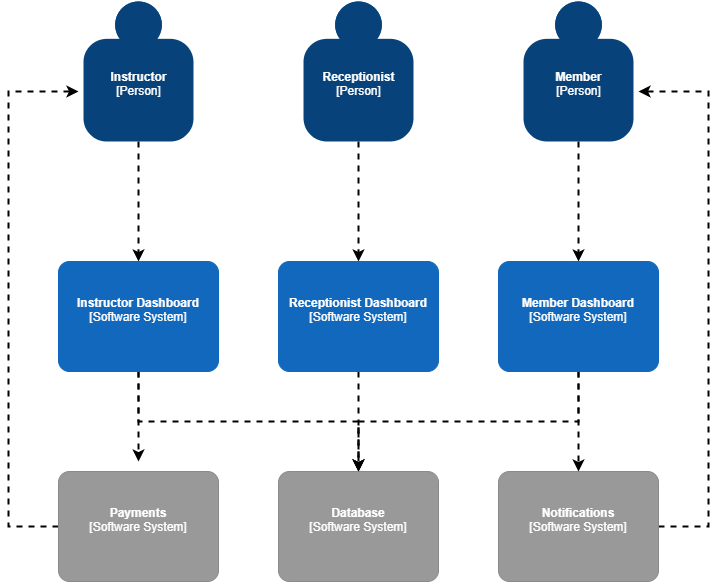
Above: doc/context-diagram.png in nico-guba/deloitte-advantage (draw.io), before the change. Source tidied: cells renumbered, new cells last; positions are measured from the earlier drawing's top-left corner, leaving out a move shared by most shapes.
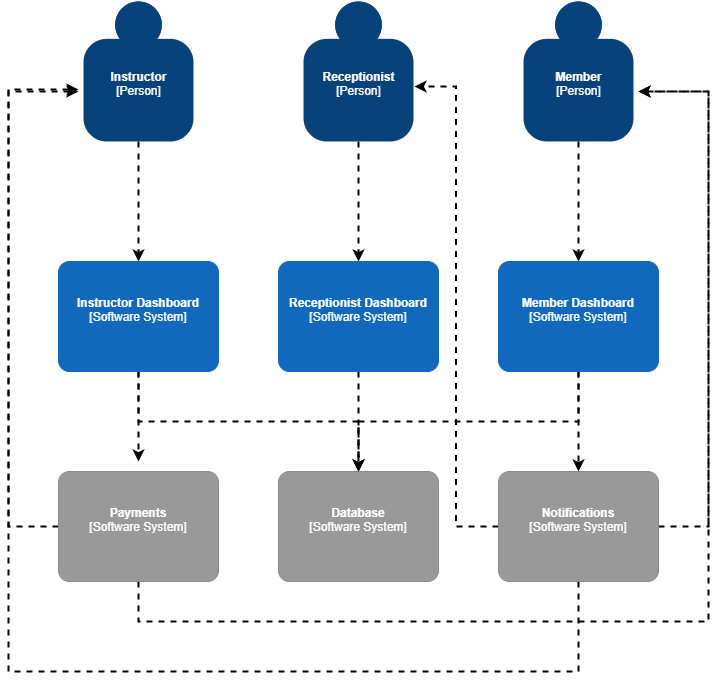
Later version of the same file.

Commit message:
added some missing interactions

What changed in the source:
```diff
@@ -33,6 +33,16 @@
         </Array>
       </mxGeometry>
     </mxCell>
+    <mxCell id="21" style="edgeStyle=orthogonalEdgeStyle;rounded=0;jettySize=auto;html=1;exitX=0.5;exitY=1;exitDx=0;exitDy=0;exitPerimeter=0;dashed=1;strokeWidth=2;" parent="1" edge="1" source="8">
+      <mxGeometry relative="1" as="geometry">
+        <mxPoint x="630" y="90" as="targetPoint" />
+        <Array as="points">
+          <mxPoint x="130" y="620" />
+          <mxPoint x="700" y="620" />
+          <mxPoint x="700" y="90" />
+        </Array>
+      </mxGeometry>
+    </mxCell>
     <object id="8" label="&lt;b&gt;%c4Name%&lt;/b&gt;&lt;div&gt;[%c4Type%]&lt;/div&gt;&lt;br&gt;&lt;div&gt;%c4Description%&lt;/div&gt;" c4Description="" c4Name="Payments" c4Type="Software System" placeholders="1">
       <mxCell style="rounded=1;whiteSpace=wrap;html=1;labelBackgroundColor=none;fillColor=#999999;fontColor=#ffffff;align=center;arcSize=10;strokeColor=#8A8A8A;metaData={&quot;c4Type&quot;:{&quot;editable&quot;:false}};points=[[0.25,0,0],[0.5,0,0],[0.75,0,0],[1,0.25,0],[1,0.5,0],[1,0.75,0],[0.75,1,0],[0.5,1,0],[0.25,1,0],[0,0.75,0],[0,0.5,0],[0,0.25,0]];" parent="1" vertex="1">
         <mxGeometry x="50" y="470" width="160" height="110" as="geometry" />
@@ -47,6 +57,19 @@
         </Array>
       </mxGeometry>
     </mxCell>
+    <mxCell id="22" style="edgeStyle=orthogonalEdgeStyle;rounded=0;jettySize=auto;html=1;entryX=1.009;entryY=0.607;entryDx=0;entryDy=0;entryPerimeter=0;dashed=1;strokeWidth=2;" parent="1" edge="1" source="10" target="3">
+      <mxGeometry relative="1" as="geometry" />
+    </mxCell>
+    <mxCell id="23" style="edgeStyle=orthogonalEdgeStyle;rounded=0;jettySize=auto;html=1;dashed=1;strokeWidth=2;" parent="1" edge="1" source="10">
+      <mxGeometry relative="1" as="geometry">
+        <mxPoint x="70" y="88" as="targetPoint" />
+        <Array as="points">
+          <mxPoint x="570" y="670" />
+          <mxPoint y="670" />
+          <mxPoint y="88" />
+        </Array>
+      </mxGeometry>
+    </mxCell>
     <object id="10" label="&lt;b&gt;%c4Name%&lt;/b&gt;&lt;div&gt;[%c4Type%]&lt;/div&gt;&lt;br&gt;&lt;div&gt;%c4Description%&lt;/div&gt;" c4Description="" c4Name="Notifications" c4Type="Software System" placeholders="1">
       <mxCell style="rounded=1;whiteSpace=wrap;html=1;labelBackgroundColor=none;fillColor=#999999;fontColor=#ffffff;align=center;arcSize=10;strokeColor=#8A8A8A;metaData={&quot;c4Type&quot;:{&quot;editable&quot;:false}};points=[[0.25,0,0],[0.5,0,0],[0.75,0,0],[1,0.25,0],[1,0.5,0],[1,0.75,0],[0.75,1,0],[0.5,1,0],[0.25,1,0],[0,0.75,0],[0,0.5,0],[0,0.25,0]];" parent="1" vertex="1">
         <mxGeometry x="490" y="470" width="160" height="110" as="geometry" />
```
